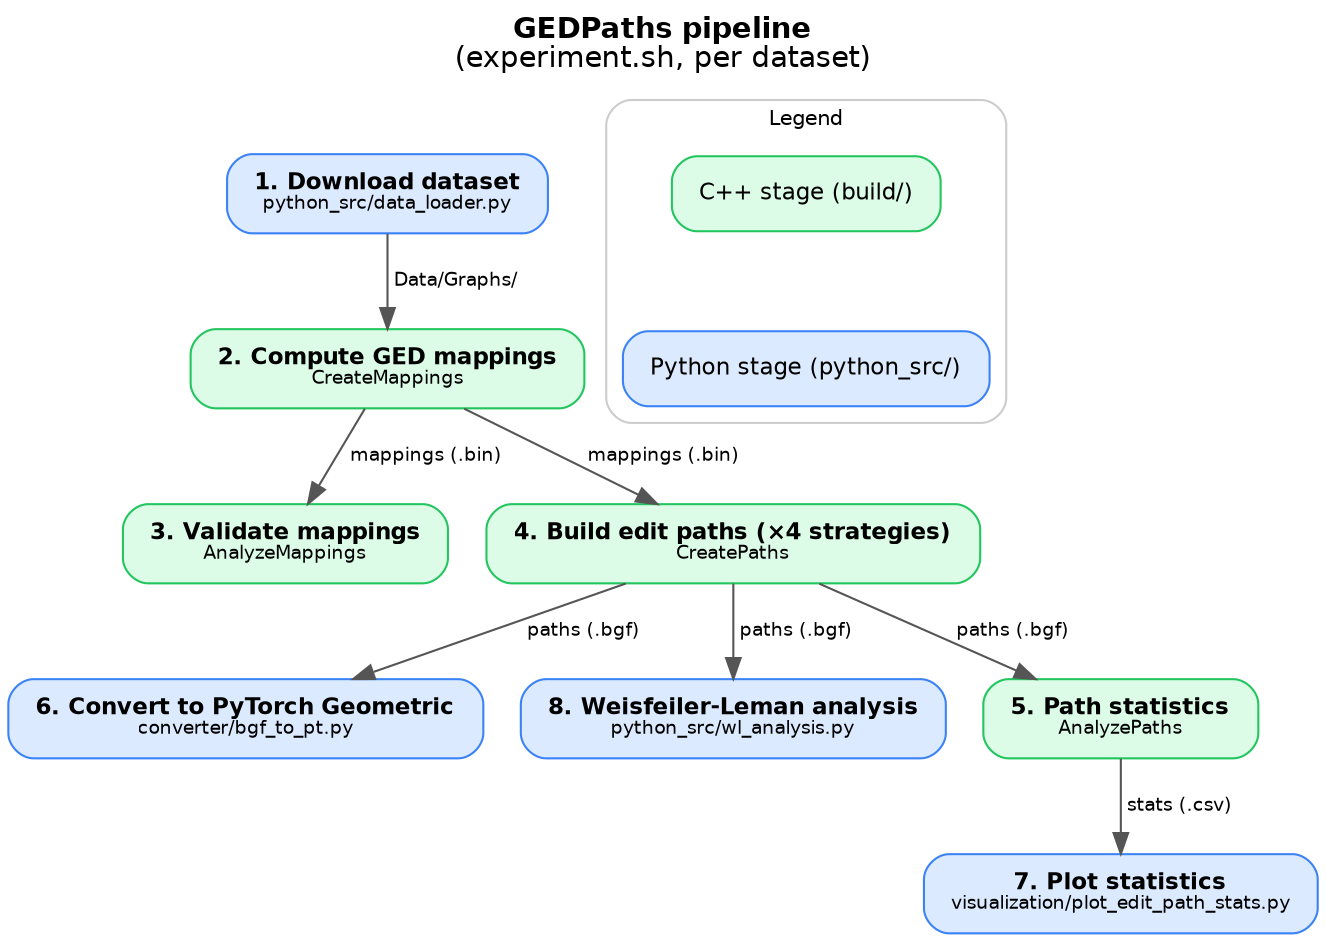
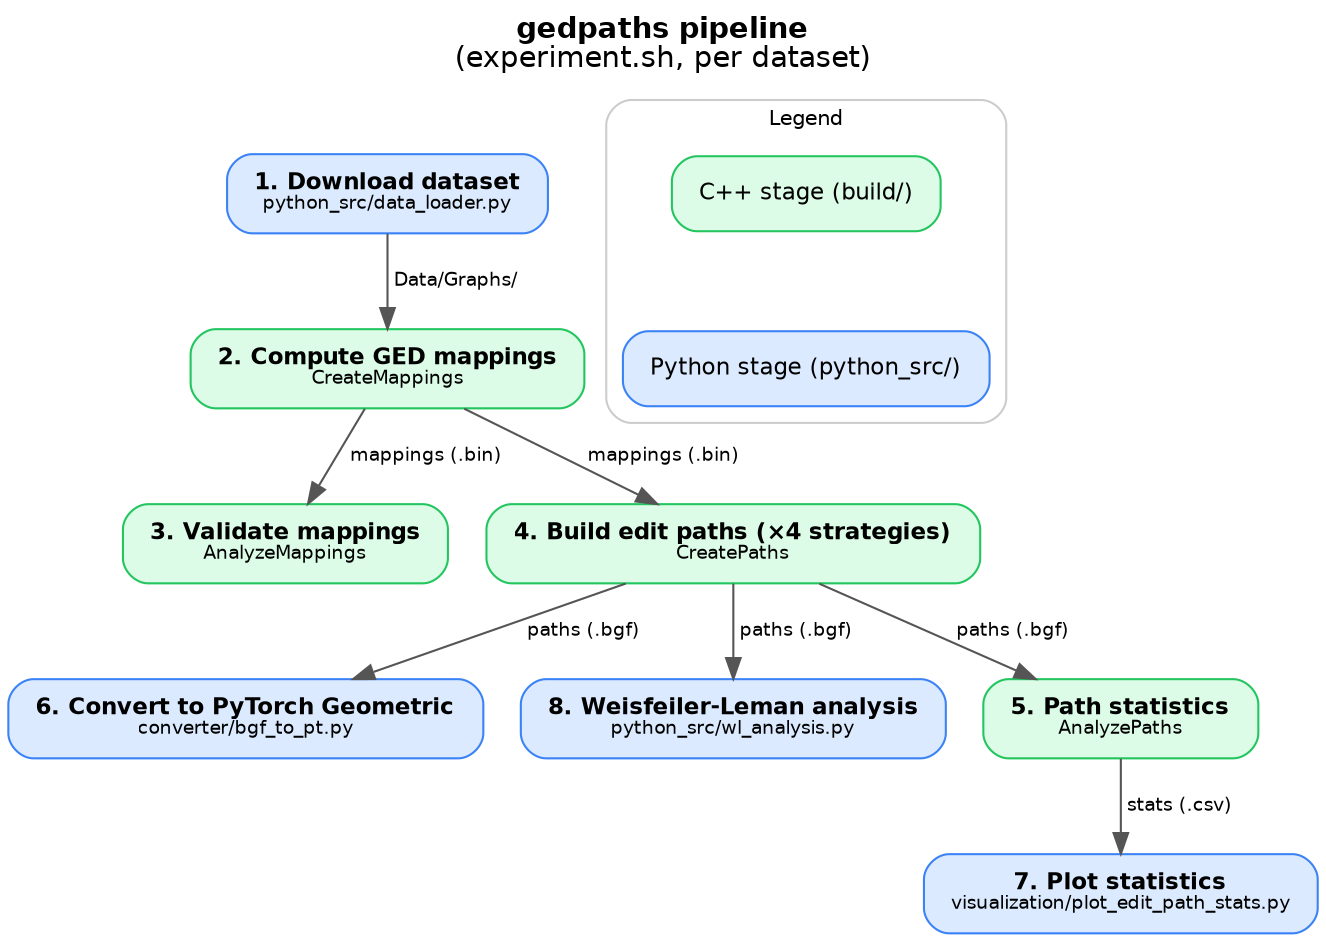
- // GEDPaths pipeline diagram.
+ // gedpaths pipeline diagram.
// Render with:
//   dot -Tpng docs/pipeline.dot -o docs/pipeline.png
//   dot -Tsvg docs/pipeline.dot -o docs/pipeline.svg
- digraph GEDPaths {
+ digraph gedpaths {
    rankdir=TB;
    bgcolor="white";
    fontname="Helvetica";
    labelloc="t";
-     label=<<B>GEDPaths pipeline</B><BR/>(experiment.sh, per dataset)>;
+     label=<<B>gedpaths pipeline</B><BR/>(experiment.sh, per dataset)>;

    node [shape=box, style="rounded,filled", fontname="Helvetica",
          fontsize=11, margin="0.18,0.12"];
    edge [fontname="Helvetica", fontsize=9, color="#555555"];

    // Python stages
    node [fillcolor="#dbeafe", color="#3b82f6"];
    s1 [label=<<B>1. Download dataset</B><BR/><FONT POINT-SIZE="9">python_src/data_loader.py</FONT>>];
    s6 [label=<<B>6. Convert to PyTorch Geometric</B><BR/><FONT POINT-SIZE="9">converter/bgf_to_pt.py</FONT>>];
    s7 [label=<<B>7. Plot statistics</B><BR/><FONT POINT-SIZE="9">visualization/plot_edit_path_stats.py</FONT>>];
    s8 [label=<<B>8. Weisfeiler-Leman analysis</B><BR/><FONT POINT-SIZE="9">python_src/wl_analysis.py</FONT>>];

    // C++ stages
    node [fillcolor="#dcfce7", color="#22c55e"];
    s2 [label=<<B>2. Compute GED mappings</B><BR/><FONT POINT-SIZE="9">CreateMappings</FONT>>];
    s3 [label=<<B>3. Validate mappings</B><BR/><FONT POINT-SIZE="9">AnalyzeMappings</FONT>>];
    s4 [label=<<B>4. Build edit paths (&#215;4 strategies)</B><BR/><FONT POINT-SIZE="9">CreatePaths</FONT>>];
    s5 [label=<<B>5. Path statistics</B><BR/><FONT POINT-SIZE="9">AnalyzePaths</FONT>>];

    // Data flow
    s1 -> s2 [label=" Data/Graphs/"];
    s2 -> s3 [label=" mappings (.bin)"];
    s2 -> s4 [label=" mappings (.bin)"];
    s4 -> s5 [label=" paths (.bgf)"];
    s4 -> s6 [label=" paths (.bgf)"];
    s4 -> s8 [label=" paths (.bgf)"];
    s5 -> s7 [label=" stats (.csv)"];

    // Legend
    subgraph cluster_legend {
        label="Legend";
        fontsize=10;
        style="rounded";
        color="#cccccc";
        legend_cpp [label="C++ stage (build/)", fillcolor="#dcfce7", color="#22c55e"];
        legend_py  [label="Python stage (python_src/)", fillcolor="#dbeafe", color="#3b82f6"];
        legend_cpp -> legend_py [style=invis];
    }
}
